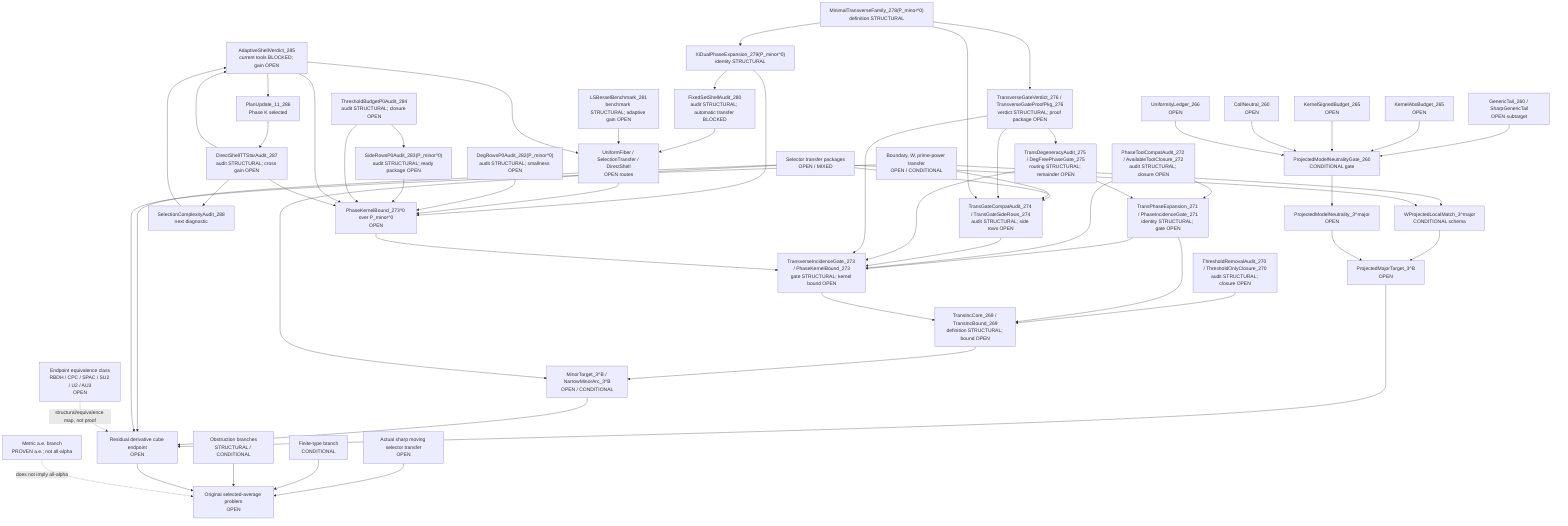
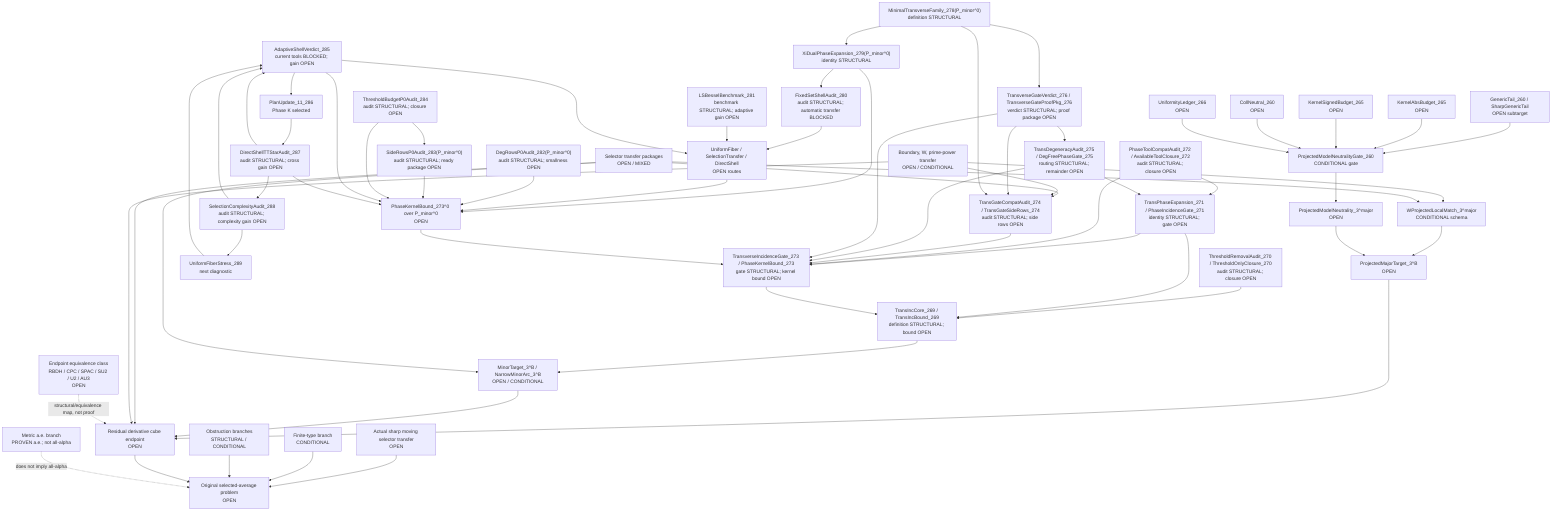
flowchart TD
  Original["Original selected-average problem<br/>OPEN"]
  SharpSel["Actual sharp moving selector transfer<br/>OPEN"]
  FiniteType["Finite-type branch<br/>CONDITIONAL"]
  Metric["Metric a.e. branch<br/>PROVEN a.e.; not all-alpha"]
  Obstruction["Obstruction branches<br/>STRUCTURAL / CONDITIONAL"]

  ResCube["Residual derivative cube endpoint<br/>OPEN"]
  MajorTarget["ProjectedMajorTarget_3^B<br/>OPEN"]
  MinorTarget["MinorTarget_3^B / NarrowMinorArc_3^B<br/>OPEN / CONDITIONAL"]
  TransInc["TransIncCore_269 / TransIncBound_269<br/>definition STRUCTURAL; bound OPEN"]
  ThresholdAudit["ThresholdRemovalAudit_270 / ThresholdOnlyClosure_270<br/>audit STRUCTURAL; closure OPEN"]
  PhaseExpansion["TransPhaseExpansion_271 / PhaseIncidenceGate_271<br/>identity STRUCTURAL; gate OPEN"]
  ToolCompat["PhaseToolCompatAudit_272 / AvailableToolClosure_272<br/>audit STRUCTURAL; closure OPEN"]
  TransGate["TransverseIncidenceGate_273 / PhaseKernelBound_273<br/>gate STRUCTURAL; kernel bound OPEN"]
  TransGateCompat["TransGateCompatAudit_274 / TransGateSideRows_274<br/>audit STRUCTURAL; side rows OPEN"]
  DegAudit["TransDegeneracyAudit_275 / DegFreePhaseGate_275<br/>routing STRUCTURAL; remainder OPEN"]
  TransVerdict["TransverseGateVerdict_276 / TransverseGateProofPkg_276<br/>verdict STRUCTURAL; proof package OPEN"]
  MinTransFamily["MinimalTransverseFamily_278(P_minor^0)<br/>definition STRUCTURAL"]
  XiExpansion["XiDualPhaseExpansion_279(P_minor^0)<br/>identity STRUCTURAL"]
  FixedShellAudit["FixedSetShellAudit_280<br/>audit STRUCTURAL; automatic transfer BLOCKED"]
  FixedShellTransfer["UniformFiber / SelectionTransfer / DirectShell<br/>OPEN routes"]
  LSBesselBench["LSBesselBenchmark_281<br/>benchmark STRUCTURAL; adaptive gain OPEN"]
  DegRowsP0["DegRowsP0Audit_282(P_minor^0)<br/>audit STRUCTURAL; smallness OPEN"]
  SideRowsP0["SideRowsP0Audit_283(P_minor^0)<br/>audit STRUCTURAL; ready package OPEN"]
  ThresholdP0["ThresholdBudgetP0Audit_284<br/>audit STRUCTURAL; closure OPEN"]
  AdaptiveShellP0["AdaptiveShellVerdict_285<br/>current tools BLOCKED; gain OPEN"]
  PlanUpdate11["PlanUpdate_11_286<br/>Phase K selected"]
  DirectTTStar["DirectShellTTStarAudit_287<br/>audit STRUCTURAL; cross gain OPEN"]
-   SelectionComplexity["SelectionComplexityAudit_288<br/>next diagnostic"]
+   SelectionComplexity["SelectionComplexityAudit_288<br/>audit STRUCTURAL; complexity gain OPEN"]
+   UniformFiberStress["UniformFiberStress_289<br/>next diagnostic"]
  PhaseKernel0["PhaseKernelBound_273^0 over P_minor^0<br/>OPEN"]
  SelectorTransfer["Selector transfer packages<br/>OPEN / MIXED"]
  BoundaryTransfer["Boundary, W, prime-power transfer<br/>OPEN / CONDITIONAL"]

  WLocal["WProjectedLocalMatch_3^major<br/>CONDITIONAL schema"]
  ModelNeutral["ProjectedModelNeutrality_3^major<br/>OPEN"]
  PMNGate["ProjectedModelNeutralityGate_260<br/>CONDITIONAL gate"]
  GenericTail["GenericTail_260 / SharpGenericTail<br/>OPEN subtarget"]
  KernelAbs["KernelAbsBudget_265<br/>OPEN"]
  KernelSigned["KernelSignedBudget_265<br/>OPEN"]
  CollNeutral["CollNeutral_260<br/>OPEN"]
  Uniformity["UniformityLedger_266<br/>OPEN"]

  EndpointClass["Endpoint equivalence class<br/>RBDH / CPC / SPAC / SU2 / U2 / AU3<br/>OPEN"]

  SharpSel --> Original
  FiniteType --> Original
  Obstruction --> Original
  ResCube --> Original
  Metric -. "does not imply all-alpha" .-> Original

  MajorTarget --> ResCube
  MinorTarget --> ResCube
  TransInc --> MinorTarget
  ThresholdAudit --> TransInc
  PhaseExpansion --> TransInc
  ToolCompat --> PhaseExpansion
  TransGate --> TransInc
  PhaseExpansion --> TransGate
  ToolCompat --> TransGate
  TransGateCompat --> TransGate
  SelectorTransfer --> TransGateCompat
  BoundaryTransfer --> TransGateCompat
  DegAudit --> TransGate
  DegAudit --> PhaseExpansion
  TransVerdict --> TransGate
  TransVerdict --> TransGateCompat
  TransVerdict --> DegAudit
  PhaseKernel0 --> TransGate
  MinTransFamily --> XiExpansion
  XiExpansion --> PhaseKernel0
  XiExpansion --> FixedShellAudit
  FixedShellAudit --> FixedShellTransfer
  FixedShellTransfer --> PhaseKernel0
  LSBesselBench --> FixedShellTransfer
  DegRowsP0 --> PhaseKernel0
  SideRowsP0 --> PhaseKernel0
  ThresholdP0 --> SideRowsP0
  ThresholdP0 --> PhaseKernel0
  AdaptiveShellP0 --> PhaseKernel0
  AdaptiveShellP0 --> FixedShellTransfer
  AdaptiveShellP0 --> PlanUpdate11
  PlanUpdate11 --> DirectTTStar
  DirectTTStar --> AdaptiveShellP0
  DirectTTStar --> PhaseKernel0
  DirectTTStar --> SelectionComplexity
+   SelectionComplexity --> UniformFiberStress
  SelectionComplexity --> AdaptiveShellP0
+   UniformFiberStress --> AdaptiveShellP0
  MinTransFamily --> TransGateCompat
  MinTransFamily --> TransVerdict
  SelectorTransfer --> ResCube
  BoundaryTransfer --> ResCube
  EndpointClass -. "structural/equivalence map, not proof" .-> ResCube

  WLocal --> MajorTarget
  ModelNeutral --> MajorTarget

  PMNGate --> ModelNeutral
  GenericTail --> PMNGate
  KernelAbs --> PMNGate
  KernelSigned --> PMNGate
  CollNeutral --> PMNGate
  Uniformity --> PMNGate

  BoundaryTransfer --> WLocal
  SelectorTransfer --> WLocal
  SelectorTransfer --> MinorTarget
